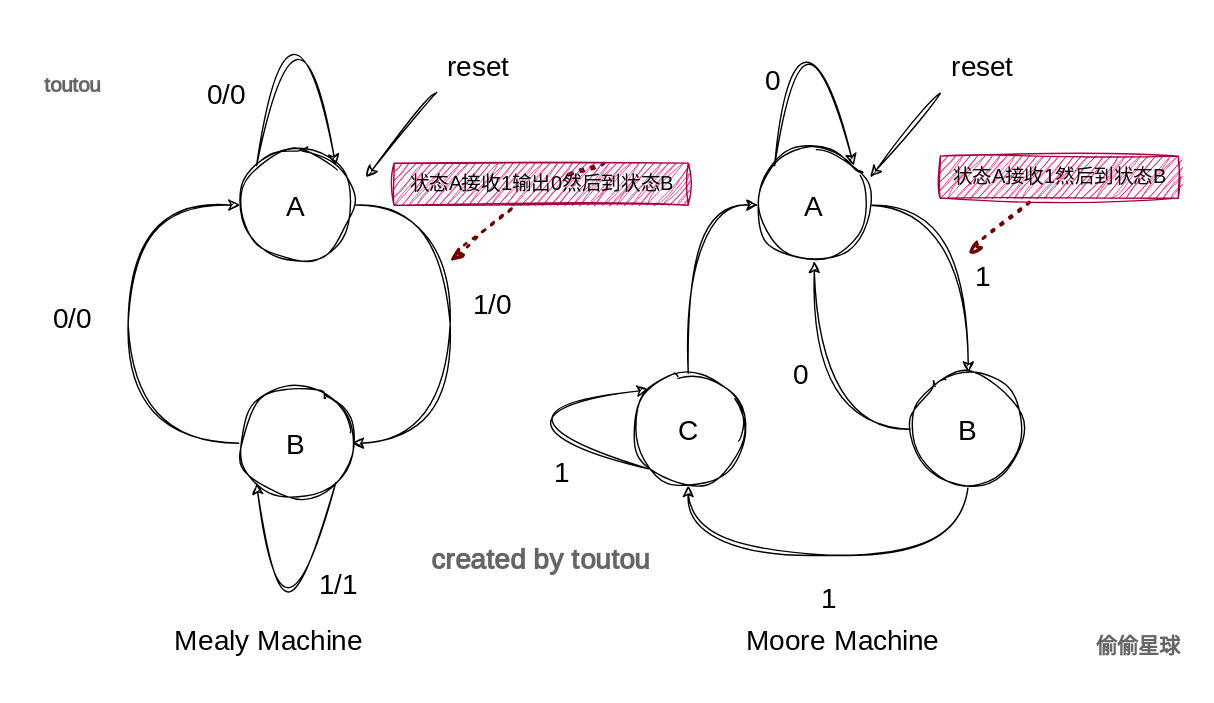
Before: img/DC/fsm.drawio.svg, a diagram exported from draw.io (Khan3x/khan3x.github.io). Source tidied: cells renumbered, new cells last; positions are measured from the earlier drawing's top-left corner, leaving out a move shared by most shapes.
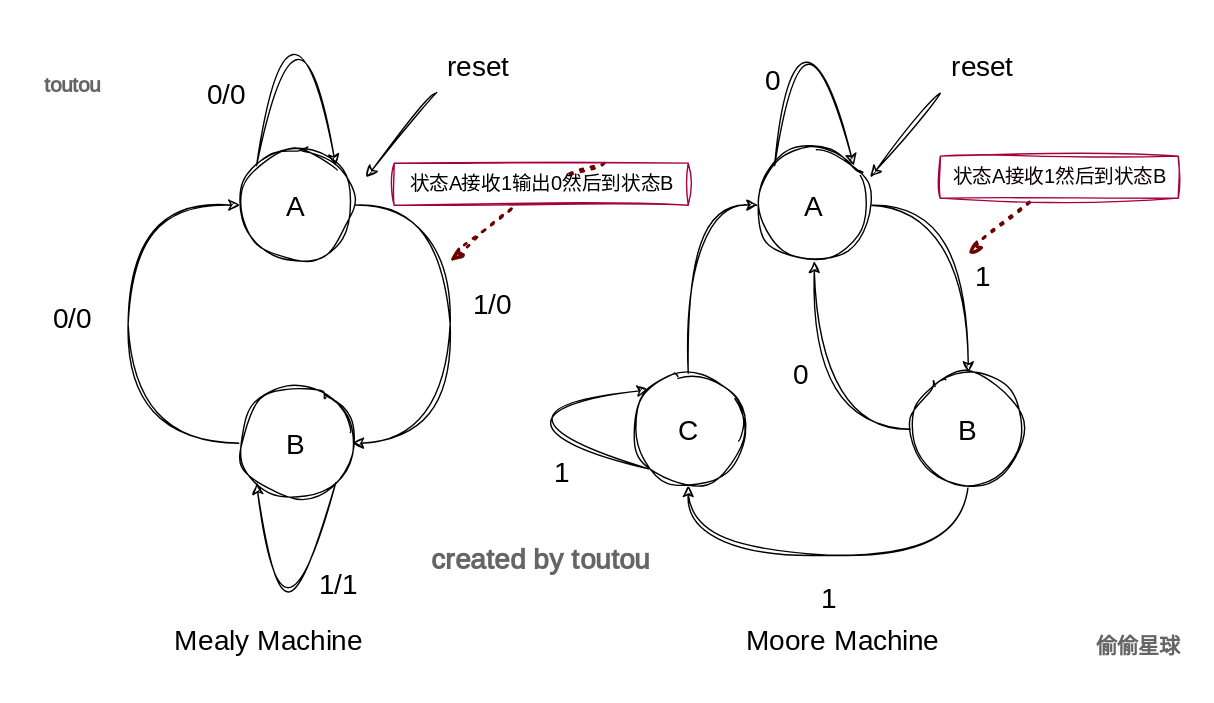
Above is the later version.

Change to the diagram source:
```diff
@@ -139,7 +139,7 @@
         <mxPoint x="321" y="220" as="sourcePoint" />
       </mxGeometry>
     </mxCell>
-    <mxCell id="34" value="状态A接收1输出0然后到状态B" style="text;html=1;align=center;verticalAlign=middle;points=[];strokeColor=#A50040;fillColor=#d80073;fontSize=14;fontFamily=Architects Daughter;sketch=1;hachureGap=4;jiggle=2;curveFitting=1;fontSource=https%3A%2F%2Ffonts.googleapis.com%2Fcss%3Ffamily%3DArchitects%2BDaughter;fontColor=#000000;" parent="1" vertex="1">
+    <mxCell id="34" value="状态A接收1输出0然后到状态B" style="text;html=1;align=center;verticalAlign=middle;points=[];strokeColor=#A50040;fillColor=none;fontSize=14;fontFamily=Architects Daughter;sketch=1;hachureGap=4;jiggle=2;curveFitting=1;fontSource=https%3A%2F%2Ffonts.googleapis.com%2Fcss%3Ffamily%3DArchitects%2BDaughter;fontColor=#000000;" parent="1" vertex="1">
       <mxGeometry x="281" y="150" width="210" height="30" as="geometry" />
     </mxCell>
     <mxCell id="35" style="endArrow=none;dashed=1;html=1;dashPattern=1 3;strokeWidth=2;sketch=1;hachureGap=4;jiggle=2;curveFitting=1;fontFamily=Architects Daughter;fontSource=https%3A%2F%2Ffonts.googleapis.com%2Fcss%3Ffamily%3DArchitects%2BDaughter;fontSize=16;curved=1;endFill=0;startArrow=classicThin;startFill=0;fillColor=#a20025;strokeColor=#6F0000;" parent="1" edge="1" target="36">
@@ -147,7 +147,7 @@
         <mxPoint x="691" y="215" as="sourcePoint" />
       </mxGeometry>
     </mxCell>
-    <mxCell id="36" value="状态A接收1然后到状态B" style="text;html=1;align=center;verticalAlign=middle;points=[];strokeColor=#A50040;fillColor=#d80073;fontSize=14;fontFamily=Architects Daughter;sketch=1;hachureGap=4;jiggle=2;curveFitting=1;fontSource=https%3A%2F%2Ffonts.googleapis.com%2Fcss%3Ffamily%3DArchitects%2BDaughter;fontColor=#0e0101;" parent="1" vertex="1">
+    <mxCell id="36" value="状态A接收1然后到状态B" style="text;html=1;align=center;verticalAlign=middle;points=[];strokeColor=#A50040;fillColor=none;fontSize=14;fontFamily=Architects Daughter;sketch=1;hachureGap=4;jiggle=2;curveFitting=1;fontSource=https%3A%2F%2Ffonts.googleapis.com%2Fcss%3Ffamily%3DArchitects%2BDaughter;fontColor=#0e0101;" parent="1" vertex="1">
       <mxGeometry x="671" y="145" width="170" height="30" as="geometry" />
     </mxCell>
     <mxCell id="37" value="&lt;h1&gt;&lt;font style=&quot;font-size: 20px;&quot;&gt;created by toutou&lt;/font&gt;&lt;br&gt;&lt;/h1&gt;" style="text;html=1;strokeColor=none;fillColor=none;align=center;verticalAlign=middle;whiteSpace=wrap;rounded=0;shadow=1;fontFamily=Architects Daughter;textOpacity=60;fontSource=https%3A%2F%2Ffonts.googleapis.com%2Fcss%3Ffamily%3DArchitects%2BDaughter;sketch=1;curveFitting=1;jiggle=2;labelBackgroundColor=none;fontColor=default;hachureGap=4;fontSize=20;" parent="1" vertex="1">
```
